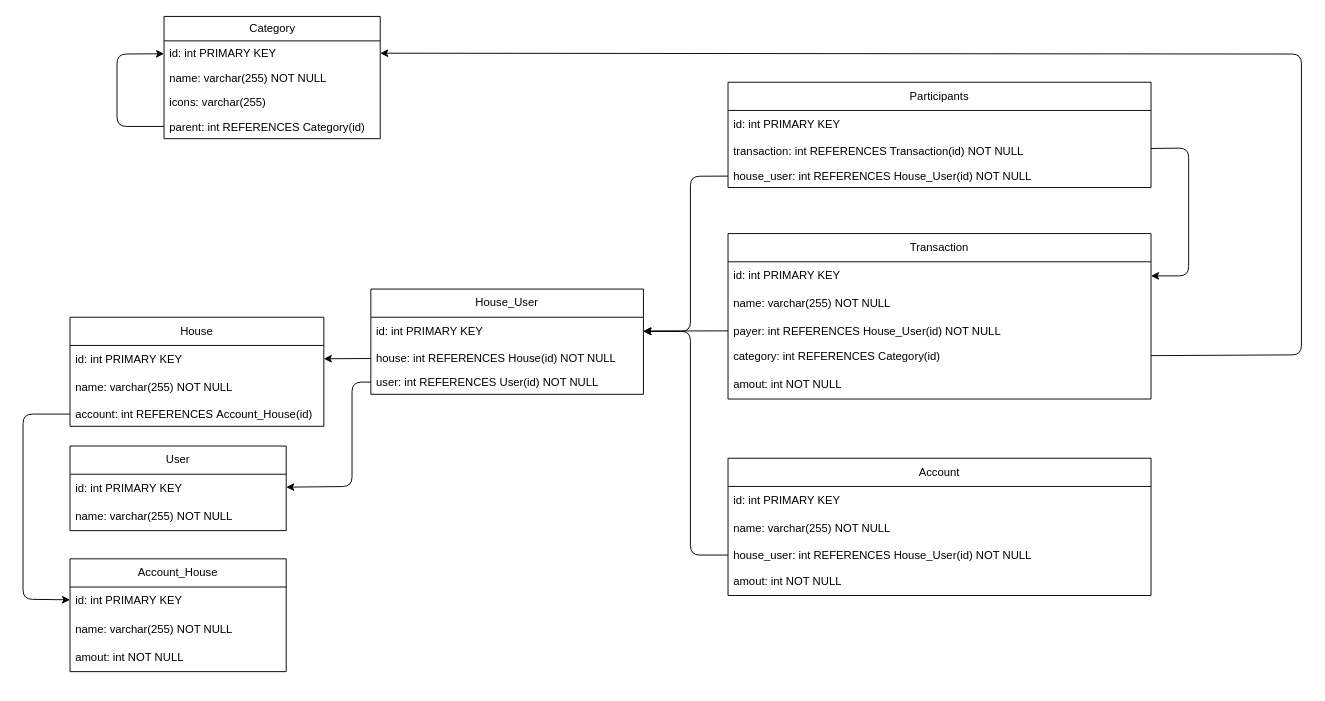
Before: docs/tables.drawio in Rombond/budgestify, a draw.io diagram. Source tidied: cells renumbered, new cells numbered last; positions are measured from the earlier drawing's top-left corner, leaving out a move shared by most shapes. Both pictures are drawn from the tidied source at 94%, with x=0, y=0 at pixel (23, 16).
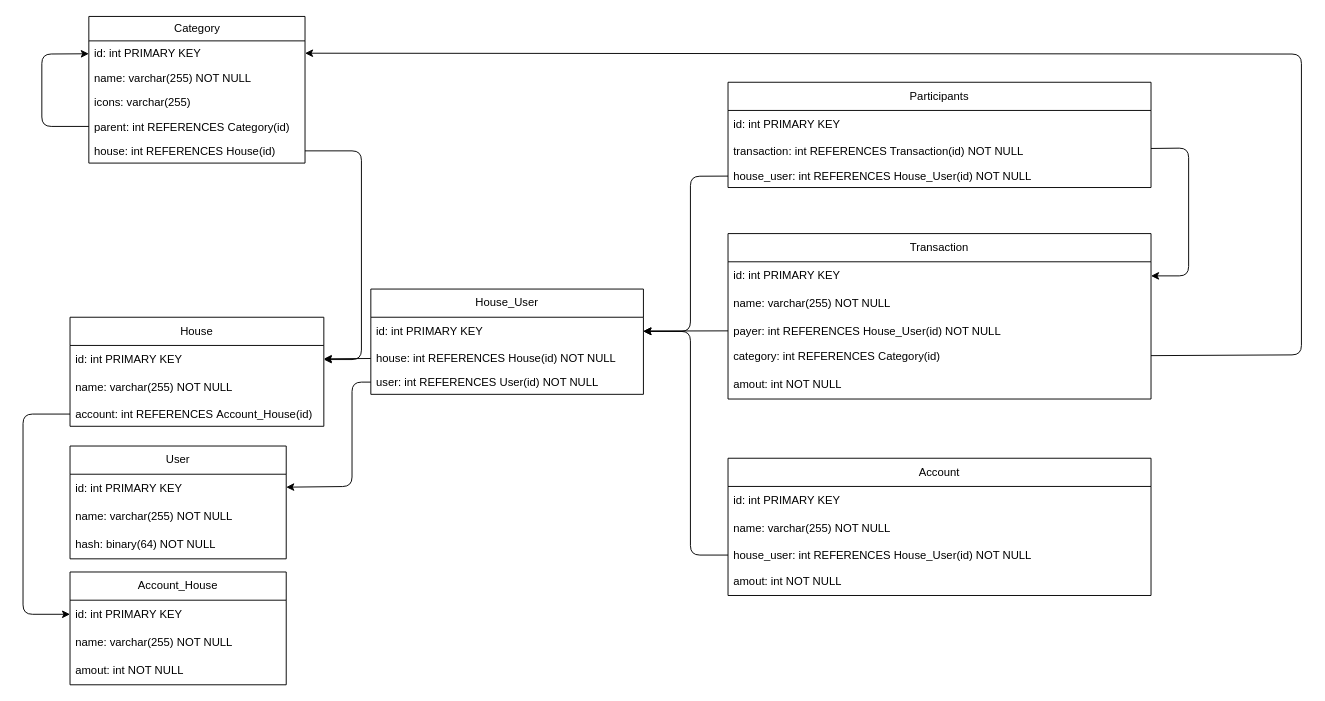
The same page after the edit.

The change refers to these unchanged cells:
```xml
<mxCell id="9" value="id: int PRIMARY KEY" style="text;strokeColor=none;fillColor=none;align=left;verticalAlign=middle;spacingLeft=4;spacingRight=4;overflow=hidden;points=[[0,0.5],[1,0.5]];portConstraint=eastwest;whiteSpace=wrap;html=1;" parent="8" vertex="1">
  <mxGeometry y="30" width="270" height="30" as="geometry" />
</mxCell>
<mxCell id="11" value="account: int REFERENCES&amp;nbsp;&lt;span style=&quot;text-align: center;&quot;&gt;Account_House&lt;/span&gt;(id)" style="text;strokeColor=none;fillColor=none;align=left;verticalAlign=top;spacingLeft=4;spacingRight=4;overflow=hidden;points=[[0,0.5],[1,0.5]];portConstraint=eastwest;whiteSpace=wrap;html=1;" parent="8" vertex="1">
  <mxGeometry y="90" width="270" height="26" as="geometry" />
</mxCell>
<mxCell id="42" value="id: int PRIMARY KEY" style="text;strokeColor=none;fillColor=none;align=left;verticalAlign=middle;spacingLeft=4;spacingRight=4;overflow=hidden;points=[[0,0.5],[1,0.5]];portConstraint=eastwest;whiteSpace=wrap;html=1;" parent="41" vertex="1">
  <mxGeometry y="30" width="230" height="30" as="geometry" />
</mxCell>
```

The edit, as a diff of the source:
```diff
@@
     <mxCell id="2" value="Category" style="swimlane;fontStyle=0;horizontal=1;startSize=26;fillColor=none;html=1;" parent="1" vertex="1">
-      <mxGeometry x="150" width="230" height="130" as="geometry" />
+      <mxGeometry x="70" width="230" height="156" as="geometry" />
     </mxCell>
@@
+    <mxCell id="46" value="house: int REFERENCES House(id)" style="text;strokeColor=none;fillColor=none;align=left;verticalAlign=top;spacingLeft=4;spacingRight=4;overflow=hidden;points=[[0,0.5],[1,0.5]];portConstraint=eastwest;whiteSpace=wrap;html=1;" parent="2" vertex="1">
+      <mxGeometry y="130" width="230" height="26" as="geometry" />
+    </mxCell>
@@
     <mxCell id="12" value="User" style="swimlane;fontStyle=0;horizontal=1;startSize=30;whiteSpace=wrap;html=1;" parent="1" vertex="1">
-      <mxGeometry x="50" y="457" width="230" height="90" as="geometry" />
+      <mxGeometry x="50" y="457" width="230" height="120" as="geometry" />
     </mxCell>
@@
+    <mxCell id="47" value="hash: binary(64) NOT NULL" style="text;strokeColor=none;fillColor=none;align=left;verticalAlign=middle;spacingLeft=4;spacingRight=4;overflow=hidden;whiteSpace=wrap;html=1;" parent="12" vertex="1">
+      <mxGeometry y="90" width="230" height="30" as="geometry" />
+    </mxCell>
@@
     <mxCell id="41" value="Account_House" style="swimlane;fontStyle=0;horizontal=1;startSize=30;whiteSpace=wrap;html=1;" parent="1" vertex="1">
-      <mxGeometry x="50" y="577" width="230" height="120" as="geometry" />
+      <mxGeometry x="50" y="591" width="230" height="120" as="geometry" />
     </mxCell>
@@
     <mxCell id="45" style="endArrow=classic;html=1;" parent="1" edge="1" source="11" target="42">
       <mxGeometry relative="1" as="geometry">
         <Array as="points">
           <mxPoint y="423" />
-          <mxPoint y="620" />
+          <mxPoint y="636" />
         </Array>
       </mxGeometry>
     </mxCell>
+    <mxCell id="48" style="endArrow=classic;html=1;" parent="1" edge="1" source="46" target="9">
+      <mxGeometry relative="1" as="geometry">
+        <Array as="points">
+          <mxPoint x="360" y="143" />
+          <mxPoint x="360" y="365" />
+        </Array>
+      </mxGeometry>
+    </mxCell>
```
